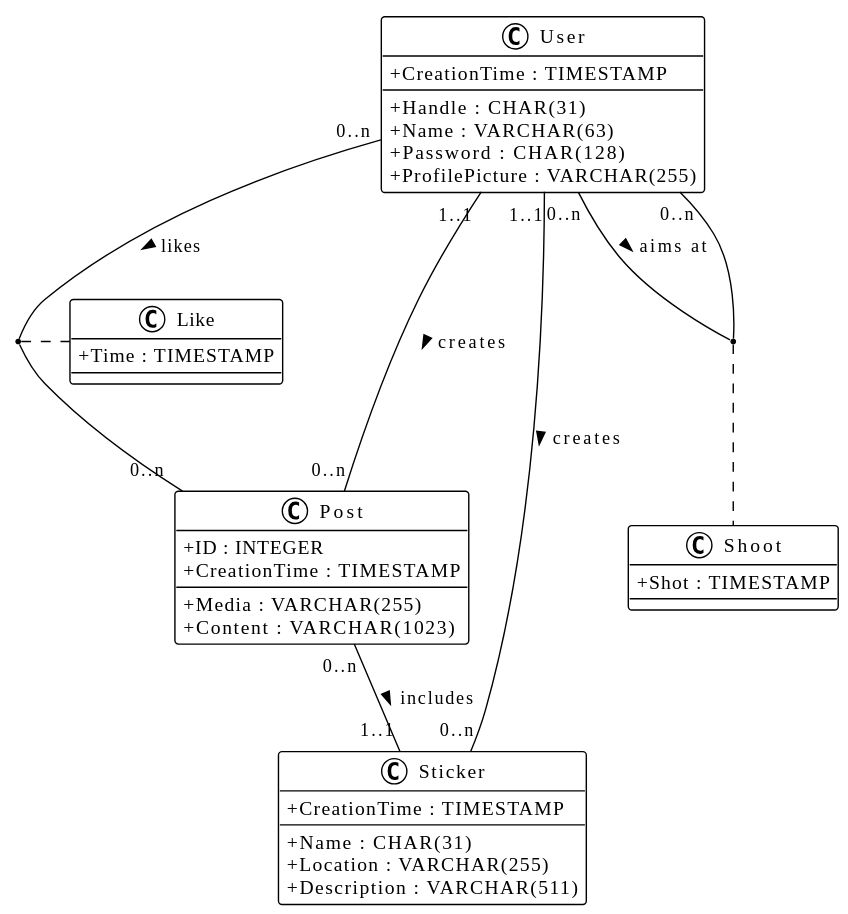
Earlier version of the PlantUML export doc/hiddlestickUML.svg (luca-baeck/Soziales-Netzwerk).
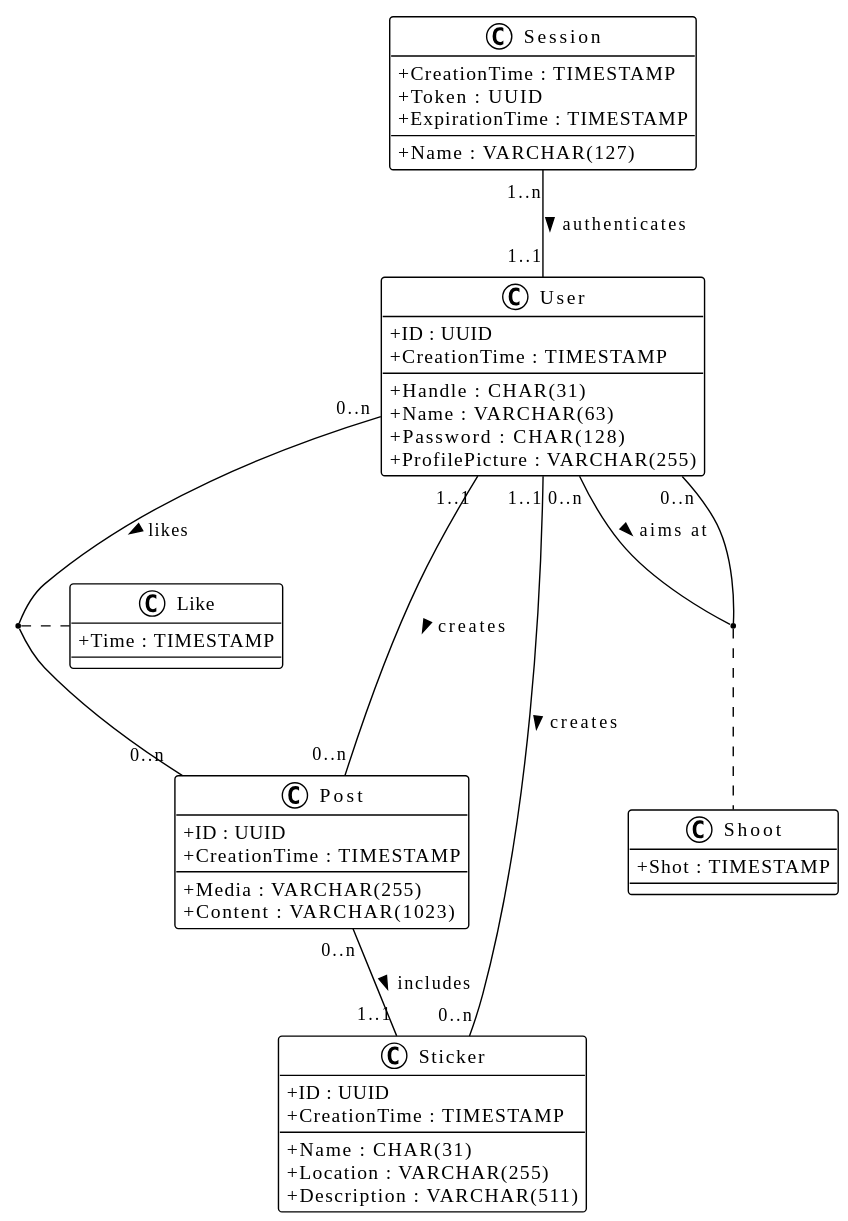
The same diagram one commit later.

Commit message:
Prepared SQL commands and DB structure for the implementation of session

The edit, as a diff of the source:
```diff
@@ -3,6 +3,7 @@
 skinparam ClassAttributeIconSize 0
 
 class User{
+    + ID : UUID
     + Handle : CHAR(31)
     + Name : VARCHAR(63)
     + Password : CHAR(128)
@@ -11,13 +12,14 @@
 }
 
 class Post{
-    + ID : INTEGER
+    + ID : UUID
     + Media : VARCHAR(255)
     + Content : VARCHAR(1023)
     + CreationTime : TIMESTAMP
 }
 
 class Sticker{
+    + ID : UUID
     + Name : CHAR(31)
     + Location : VARCHAR(255)
     + Description : VARCHAR(511)
@@ -30,6 +32,7 @@
 User "1..1" -- "0..n" Sticker : creates >
 Post "0..n" -- "1..1" Sticker : includes >
 User "0..n" -- "0..n" Post : likes >
+Session "1..n" -- "1..1" User : authenticates >
 (User, Post) . Like
 
 class Shoot{
@@ -39,4 +42,11 @@
 class Like{
     + Time : TIMESTAMP
 }
+
+class Session{
+    + CreationTime : TIMESTAMP
+    + Name : VARCHAR(127)
+    + Token : UUID
+    + ExpirationTime : TIMESTAMP
+}
 @enduml
```
